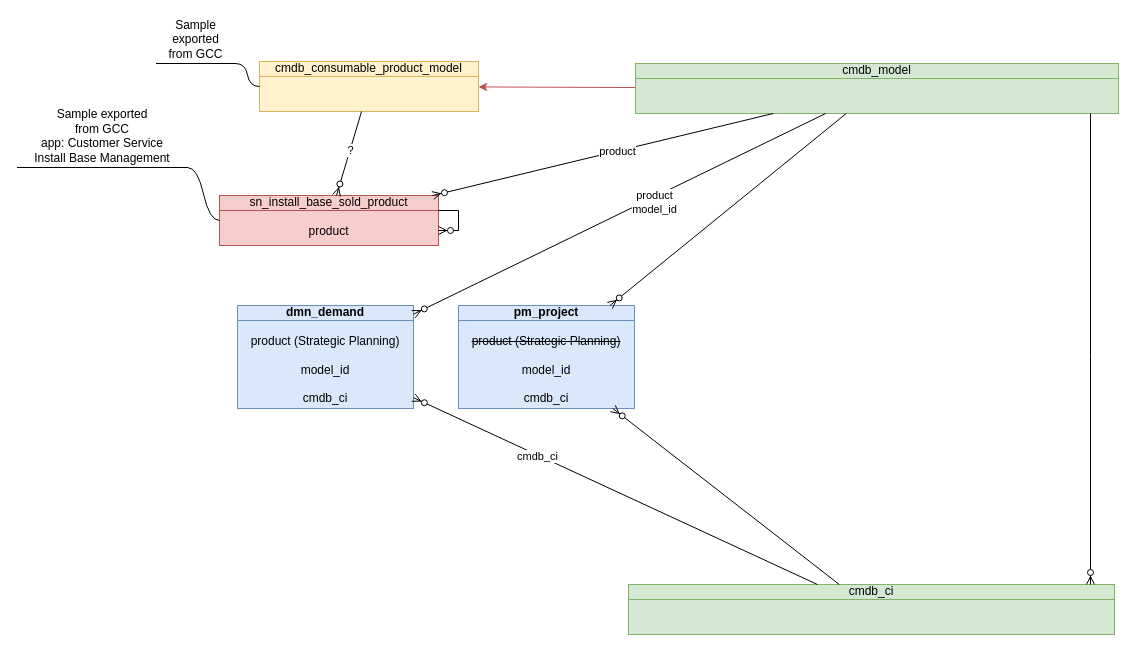
Above: page "start" (2 of 2) of JTI_product.drawio in algimas/tmp (draw.io), before the change. Source tidied: cells renumbered, new cells numbered last; positions are measured from the earlier drawing's top-left corner, leaving out a move shared by most shapes. Both pictures are drawn from the tidied source at 100%, with x=0, y=0 at pixel (17, 22).
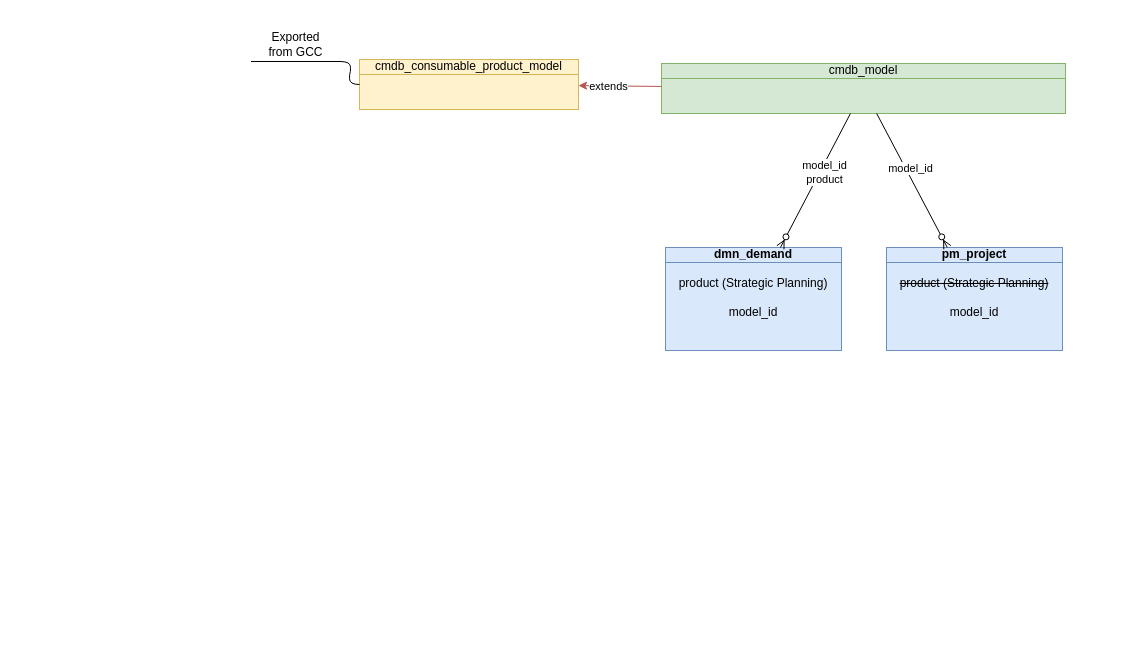
Above is the later version.

Unchanged cells that the change refers to:
```xml
<mxCell id="4" style="endArrow=classic;html=1;rounded=0;fillColor=#f8cecc;strokeColor=#b85450;" parent="1" edge="1" source="3" target="2">
  <mxGeometry relative="1" as="geometry" />
</mxCell>
<mxCell id="6" style="fontSize=12;html=1;endArrow=ERzeroToMany;endFill=1;rounded=0;" parent="1" edge="1" source="3" target="5">
  <mxGeometry relative="1" as="geometry" />
</mxCell>
```

Change to the diagram source:
```diff
@@
     <mxCell id="2" value="cmdb_consumable_product_model" style="html=1;outlineConnect=0;whiteSpace=wrap;fillColor=#fff2cc;shape=mxgraph.archimate3.businessObject;overflow=fill;strokeColor=#d6b656;" parent="1" vertex="1">
-      <mxGeometry x="242" y="39" width="219" height="50" as="geometry" />
+      <mxGeometry x="342" y="37" width="219" height="50" as="geometry" />
     </mxCell>
     <mxCell id="3" value="cmdb_model" style="html=1;outlineConnect=0;whiteSpace=wrap;fillColor=#d5e8d4;shape=mxgraph.archimate3.businessObject;overflow=fill;strokeColor=#82b366;" parent="1" vertex="1">
-      <mxGeometry x="618" y="41" width="483" height="50" as="geometry" />
+      <mxGeometry x="644" y="41" width="404" height="50" as="geometry" />
     </mxCell>
@@
+    <mxCell id="25" value="extends" style="edgeLabel;html=1;align=center;verticalAlign=middle;" parent="4" vertex="1">
+      <mxGeometry x="0.29" relative="1" as="geometry" />
+    </mxCell>
-    <mxCell id="5" value="&lt;div&gt;&lt;b&gt;dmn_demand&lt;/b&gt;&lt;/div&gt;&lt;div&gt;&lt;br&gt;&lt;/div&gt;&lt;div&gt;product (Strategic Planning)&lt;/div&gt;&lt;div&gt;&lt;br&gt;&lt;/div&gt;&lt;div&gt;model_id&lt;/div&gt;&lt;div&gt;&lt;br&gt;&lt;/div&gt;&lt;div&gt;cmdb_ci&lt;/div&gt;" style="html=1;outlineConnect=0;whiteSpace=wrap;fillColor=#dae8fc;shape=mxgraph.archimate3.businessObject;overflow=fill;strokeColor=#6c8ebf;" parent="1" vertex="1">
-      <mxGeometry x="220" y="283" width="176" height="103" as="geometry" />
+    <mxCell id="5" value="&lt;div&gt;&lt;b&gt;dmn_demand&lt;/b&gt;&lt;/div&gt;&lt;div&gt;&lt;br&gt;&lt;/div&gt;&lt;div&gt;product (Strategic Planning)&lt;/div&gt;&lt;div&gt;&lt;br&gt;&lt;/div&gt;&lt;div&gt;model_id&lt;/div&gt;&lt;div&gt;&lt;br&gt;&lt;/div&gt;&lt;div&gt;&lt;br&gt;&lt;/div&gt;" style="html=1;outlineConnect=0;whiteSpace=wrap;fillColor=#dae8fc;shape=mxgraph.archimate3.businessObject;overflow=fill;strokeColor=#6c8ebf;" parent="1" vertex="1">
+      <mxGeometry x="648" y="225" width="176" height="103" as="geometry" />
     </mxCell>
@@
-    <mxCell id="7" value="&lt;div&gt;product&lt;/div&gt;&lt;div&gt;model_id&lt;/div&gt;" style="edgeLabel;html=1;align=center;verticalAlign=middle;" parent="6" vertex="1">
+    <mxCell id="7" value="&lt;div&gt;model_id&lt;/div&gt;product" style="edgeLabel;html=1;align=center;verticalAlign=middle;" parent="6" vertex="1">
       <mxGeometry x="-0.16" y="4" relative="1" as="geometry" />
     </mxCell>
-    <mxCell id="8" value="&lt;div&gt;&lt;b&gt;pm_project&lt;/b&gt;&lt;/div&gt;&lt;div&gt;&lt;br&gt;&lt;/div&gt;&lt;div&gt;&lt;div&gt;&lt;strike&gt;product (Strategic Planning)&lt;/strike&gt;&lt;/div&gt;&lt;div&gt;&lt;strike&gt;&lt;br&gt;&lt;/strike&gt;&lt;/div&gt;&lt;div&gt;model_id&lt;/div&gt;&lt;div&gt;&lt;br&gt;&lt;/div&gt;&lt;div&gt;cmdb_ci&lt;/div&gt;&lt;br&gt;&lt;/div&gt;" style="html=1;outlineConnect=0;whiteSpace=wrap;fillColor=#dae8fc;shape=mxgraph.archimate3.businessObject;overflow=fill;strokeColor=#6c8ebf;" parent="1" vertex="1">
-      <mxGeometry x="441" y="283" width="176" height="103" as="geometry" />
+    <mxCell id="8" value="&lt;div&gt;&lt;b&gt;pm_project&lt;/b&gt;&lt;/div&gt;&lt;div&gt;&lt;br&gt;&lt;/div&gt;&lt;div&gt;&lt;div&gt;&lt;strike&gt;product (Strategic Planning)&lt;/strike&gt;&lt;/div&gt;&lt;div&gt;&lt;strike&gt;&lt;br&gt;&lt;/strike&gt;&lt;/div&gt;&lt;div&gt;model_id&lt;/div&gt;&lt;div&gt;&lt;br&gt;&lt;/div&gt;&lt;div&gt;&lt;br&gt;&lt;/div&gt;&lt;br&gt;&lt;/div&gt;" style="html=1;outlineConnect=0;whiteSpace=wrap;fillColor=#dae8fc;shape=mxgraph.archimate3.businessObject;overflow=fill;strokeColor=#6c8ebf;" parent="1" vertex="1">
+      <mxGeometry x="869" y="225" width="176" height="103" as="geometry" />
     </mxCell>
-    <mxCell id="9" style="fontSize=12;html=1;endArrow=ERzeroToMany;endFill=1;rounded=0;" parent="1" edge="1" source="3" target="8">
-      <mxGeometry relative="1" as="geometry" />
-    </mxCell>
-    <mxCell id="10" value="cmdb_ci" style="html=1;outlineConnect=0;whiteSpace=wrap;fillColor=#d5e8d4;shape=mxgraph.archimate3.businessObject;overflow=fill;strokeColor=#82b366;" parent="1" vertex="1">
-      <mxGeometry x="611" y="562" width="486" height="50" as="geometry" />
-    </mxCell>
-    <mxCell id="11" style="fontSize=12;html=1;endArrow=ERzeroToMany;endFill=1;rounded=0;" parent="1" edge="1" source="10" target="8">
-      <mxGeometry relative="1" as="geometry" />
-    </mxCell>
-    <mxCell id="12" style="fontSize=12;html=1;endArrow=ERzeroToMany;endFill=1;rounded=0;" parent="1" edge="1" source="10" target="5">
-      <mxGeometry relative="1" as="geometry" />
-    </mxCell>
-    <mxCell id="13" value="cmdb_ci" style="edgeLabel;html=1;align=center;verticalAlign=middle;" parent="12" vertex="1">
-      <mxGeometry x="0.39" y="1" relative="1" as="geometry" />
-    </mxCell>
-    <mxCell id="14" value="&lt;div&gt;Sample exported&lt;/div&gt;&lt;div&gt;from GCC&lt;/div&gt;" style="whiteSpace=wrap;html=1;shape=partialRectangle;top=0;left=0;bottom=1;right=0;points=[[0,1],[1,1]];fillColor=none;align=center;verticalAlign=bottom;routingCenterY=0.5;snapToPoint=1;newEdgeStyle={&quot;edgeStyle&quot;:&quot;entityRelationEdgeStyle&quot;,&quot;startArrow&quot;:&quot;none&quot;,&quot;endArrow&quot;:&quot;none&quot;,&quot;segment&quot;:10,&quot;curved&quot;:1,&quot;sourcePerimeterSpacing&quot;:0,&quot;targetPerimeterSpacing&quot;:0};" parent="1" vertex="1">
-      <mxGeometry x="139" width="79" height="41" as="geometry" />
+    <mxCell id="14" value="&lt;div&gt;Exported&lt;/div&gt;&lt;div&gt;from GCC&lt;/div&gt;" style="whiteSpace=wrap;html=1;shape=partialRectangle;top=0;left=0;bottom=1;right=0;points=[[0,1],[1,1]];fillColor=none;align=center;verticalAlign=bottom;routingCenterY=0.5;snapToPoint=1;newEdgeStyle={&quot;edgeStyle&quot;:&quot;entityRelationEdgeStyle&quot;,&quot;startArrow&quot;:&quot;none&quot;,&quot;endArrow&quot;:&quot;none&quot;,&quot;segment&quot;:10,&quot;curved&quot;:1,&quot;sourcePerimeterSpacing&quot;:0,&quot;targetPerimeterSpacing&quot;:0};" parent="1" vertex="1">
+      <mxGeometry x="234" y="-2" width="89" height="41" as="geometry" />
     </mxCell>
@@
-    <mxCell id="16" value="&lt;div&gt;sn_install_base_sold_product&lt;/div&gt;&lt;div&gt;&lt;br&gt;&lt;/div&gt;&lt;div&gt;product&lt;/div&gt;" style="html=1;outlineConnect=0;whiteSpace=wrap;fillColor=#f8cecc;shape=mxgraph.archimate3.businessObject;overflow=fill;strokeColor=#b85450;" parent="1" vertex="1">
-      <mxGeometry x="202" y="173" width="219" height="50" as="geometry" />
-    </mxCell>
-    <mxCell id="17" style="fontSize=12;html=1;endArrow=ERzeroToMany;endFill=1;rounded=0;edgeStyle=orthogonalEdgeStyle;" parent="1" edge="1" source="16" target="16">
-      <mxGeometry relative="1" as="geometry" />
-    </mxCell>
-    <mxCell id="18" style="fontSize=12;html=1;endArrow=ERzeroToMany;endFill=1;rounded=0;" parent="1" edge="1" source="3" target="16">
-      <mxGeometry relative="1" as="geometry" />
-    </mxCell>
-    <mxCell id="19" value="product" style="edgeLabel;html=1;align=center;verticalAlign=middle;" parent="18" vertex="1">
-      <mxGeometry x="-0.08" relative="1" as="geometry" />
-    </mxCell>
-    <mxCell id="20" value="&lt;div&gt;Sample exported&lt;/div&gt;&lt;div&gt;from GCC&lt;/div&gt;&lt;div&gt;&amp;nbsp;app: Customer Service&amp;nbsp;&lt;/div&gt;&lt;div&gt;Install Base Management&lt;/div&gt;" style="whiteSpace=wrap;html=1;shape=partialRectangle;top=0;left=0;bottom=1;right=0;points=[[0,1],[1,1]];fillColor=none;align=center;verticalAlign=bottom;routingCenterY=0.5;snapToPoint=1;newEdgeStyle={&quot;edgeStyle&quot;:&quot;entityRelationEdgeStyle&quot;,&quot;startArrow&quot;:&quot;none&quot;,&quot;endArrow&quot;:&quot;none&quot;,&quot;segment&quot;:10,&quot;curved&quot;:1,&quot;sourcePerimeterSpacing&quot;:0,&quot;targetPerimeterSpacing&quot;:0};" parent="1" vertex="1">
-      <mxGeometry y="75" width="170" height="70" as="geometry" />
-    </mxCell>
-    <mxCell id="21" style="edgeStyle=entityRelationEdgeStyle;startArrow=none;endArrow=none;segment=10;curved=1;sourcePerimeterSpacing=0;targetPerimeterSpacing=0;rounded=0;" parent="1" edge="1" source="16" target="20">
-      <mxGeometry relative="1" as="geometry" />
-    </mxCell>
-    <mxCell id="22" style="fontSize=12;html=1;endArrow=ERzeroToMany;endFill=1;rounded=0;" parent="1" edge="1" source="2" target="16">
-      <mxGeometry relative="1" as="geometry" />
-    </mxCell>
-    <mxCell id="23" value="?" style="edgeLabel;html=1;align=center;verticalAlign=middle;" parent="22" vertex="1">
-      <mxGeometry x="-0.08" relative="1" as="geometry" />
-    </mxCell>
-    <mxCell id="24" style="fontSize=12;html=1;endArrow=ERzeroToMany;endFill=1;rounded=0;edgeStyle=elbowEdgeStyle;" parent="1" edge="1" source="3" target="10">
-      <mxGeometry relative="1" as="geometry">
-        <Array as="points">
-          <mxPoint x="1073" y="333" />
-        </Array>
-      </mxGeometry>
-    </mxCell>
+    <mxCell id="9" style="fontSize=12;html=1;endArrow=ERzeroToMany;endFill=1;rounded=0;" parent="1" edge="1" source="3" target="8">
+      <mxGeometry relative="1" as="geometry" />
+    </mxCell>
+    <mxCell id="26" value="model_id" style="edgeLabel;html=1;align=center;verticalAlign=middle;" parent="9" vertex="1">
+      <mxGeometry x="-0.16" y="4" relative="1" as="geometry" />
+    </mxCell>
```
